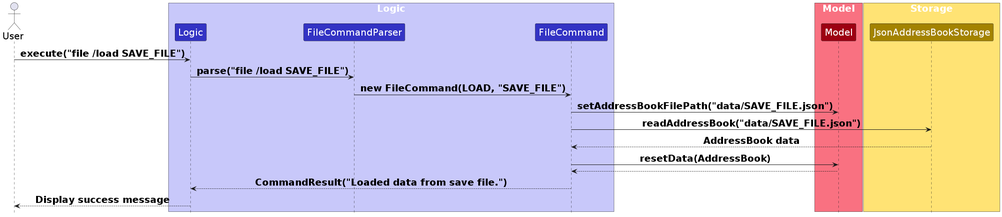
The PlantUML diagram diagrams/FileLoadSequenceDiagram.png in AY2425S2-CS2103T-T10-3/tp, before a commit. Its source is kept beside it as diagrams/FileLoadSequenceDiagram.puml. Source of this version:
```plantuml
@startuml
!include style.puml
skinparam ArrowFontStyle bold
skinparam DefaultFontSize 20

actor User

box "Logic" LOGIC_COLOR_T1
participant "Logic" as Logic LOGIC_COLOR
participant "FileCommandParser" as Parser LOGIC_COLOR
participant "FileCommand" as Command LOGIC_COLOR
end box

box "Model" MODEL_COLOR_T1
participant "Model" as Model MODEL_COLOR
end box

box "Storage" STORAGE_COLOR_T1
participant "JsonAddressBookStorage" as Storage STORAGE_COLOR
end box

User -> Logic: execute("file /load SAVE_FILE")
Logic -> Parser: parse("file /load SAVE_FILE")
Parser -> Command: new FileCommand(LOAD, "SAVE_FILE")
Command -> Model: setAddressBookFilePath("data/SAVE_FILE.json")
Command -> Storage: readAddressBook("data/SAVE_FILE.json")
Storage --> Command: AddressBook data
Command -> Model: resetData(AddressBook)
Model --> Command:
Command --> Logic: CommandResult("Loaded data from save file.")
Logic --> User: Display success message

@enduml
```
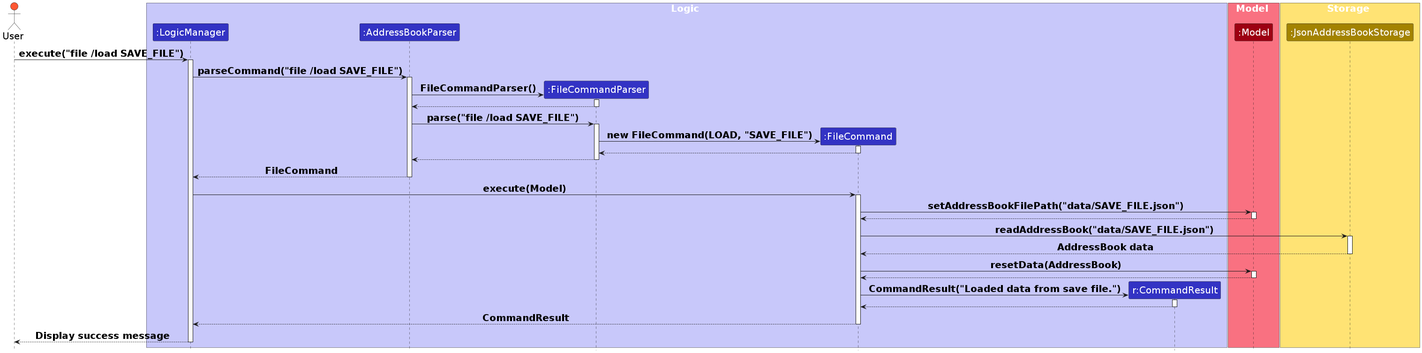
The same diagram one commit later.

Diff of the diagram source:
```diff
@@ -3,31 +3,80 @@
 skinparam ArrowFontStyle bold
 skinparam DefaultFontSize 20
 
-actor User
+actor User #FF5733
 
-box "Logic" LOGIC_COLOR_T1
-participant "Logic" as Logic LOGIC_COLOR
-participant "FileCommandParser" as Parser LOGIC_COLOR
-participant "FileCommand" as Command LOGIC_COLOR
+box Logic LOGIC_COLOR_T1
+participant ":LogicManager" as LogicManager LOGIC_COLOR
+participant ":AddressBookParser" as AddressBookParser LOGIC_COLOR
+participant ":FileCommandParser" as FileCommandParser LOGIC_COLOR
+participant ":FileCommand" as FileCommand LOGIC_COLOR
+participant "r:CommandResult" as CommandResult LOGIC_COLOR
 end box
 
-box "Model" MODEL_COLOR_T1
-participant "Model" as Model MODEL_COLOR
+box Model MODEL_COLOR_T1
+participant ":Model" as Model MODEL_COLOR
 end box
 
-box "Storage" STORAGE_COLOR_T1
-participant "JsonAddressBookStorage" as Storage STORAGE_COLOR
+box Storage STORAGE_COLOR_T1
+participant ":JsonAddressBookStorage" as Storage STORAGE_COLOR
 end box
 
-User -> Logic: execute("file /load SAVE_FILE")
-Logic -> Parser: parse("file /load SAVE_FILE")
-Parser -> Command: new FileCommand(LOAD, "SAVE_FILE")
-Command -> Model: setAddressBookFilePath("data/SAVE_FILE.json")
-Command -> Storage: readAddressBook("data/SAVE_FILE.json")
-Storage --> Command: AddressBook data
-Command -> Model: resetData(AddressBook)
-Model --> Command:
-Command --> Logic: CommandResult("Loaded data from save file.")
-Logic --> User: Display success message
+User -> LogicManager: execute("file /load SAVE_FILE")
+activate LogicManager
+
+LogicManager -> AddressBookParser: parseCommand("file /load SAVE_FILE")
+activate AddressBookParser
+
+create FileCommandParser
+AddressBookParser -> FileCommandParser: FileCommandParser()
+activate FileCommandParser
+
+FileCommandParser --> AddressBookParser
+deactivate FileCommandParser
+
+AddressBookParser -> FileCommandParser: parse("file /load SAVE_FILE")
+activate FileCommandParser
+
+create FileCommand
+FileCommandParser -> FileCommand: new FileCommand(LOAD, "SAVE_FILE")
+activate FileCommand
+FileCommand --> FileCommandParser
+deactivate FileCommand
+
+FileCommandParser --> AddressBookParser
+deactivate FileCommandParser
+
+AddressBookParser --> LogicManager: FileCommand
+deactivate AddressBookParser
+
+LogicManager -> FileCommand: execute(Model)
+activate FileCommand
+
+FileCommand -> Model: setAddressBookFilePath("data/SAVE_FILE.json")
+activate Model
+Model --> FileCommand
+deactivate Model
+
+FileCommand -> Storage: readAddressBook("data/SAVE_FILE.json")
+activate Storage
+Storage --> FileCommand: AddressBook data
+deactivate Storage
+
+FileCommand -> Model: resetData(AddressBook)
+activate Model
+Model --> FileCommand
+deactivate Model
+
+create CommandResult
+FileCommand -> CommandResult: CommandResult("Loaded data from save file.")
+activate CommandResult
+CommandResult --> FileCommand
+deactivate CommandResult
+
+FileCommand --> LogicManager: CommandResult
+deactivate FileCommand
+
+LogicManager --> User: Display success message
+deactivate LogicManager
 
 @enduml
```
